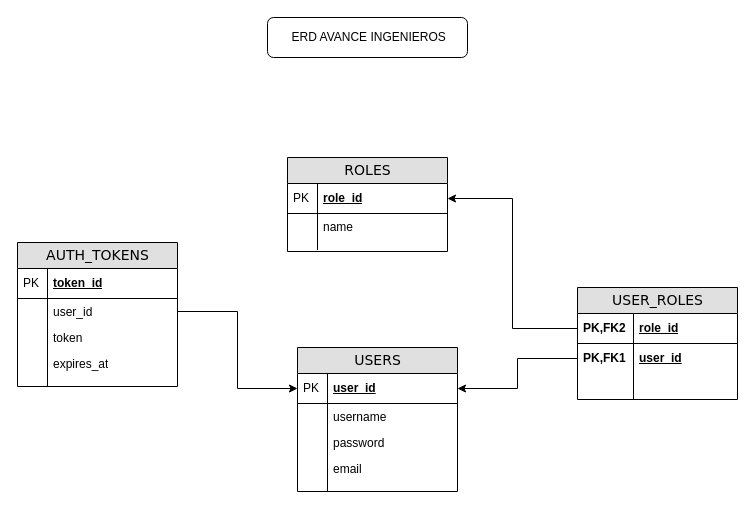
The draw.io diagram bd_docs/erd_avance_ingenieros.drawio in NoahLara/avance-ingenieros-backend, before the edit. Source tidied: cells renumbered, new cells numbered last; positions are measured from the earlier drawing's top-left corner, leaving out a move shared by most shapes. Both pictures are drawn from the tidied source at 100%, with x=0, y=0 at pixel (17, 17).
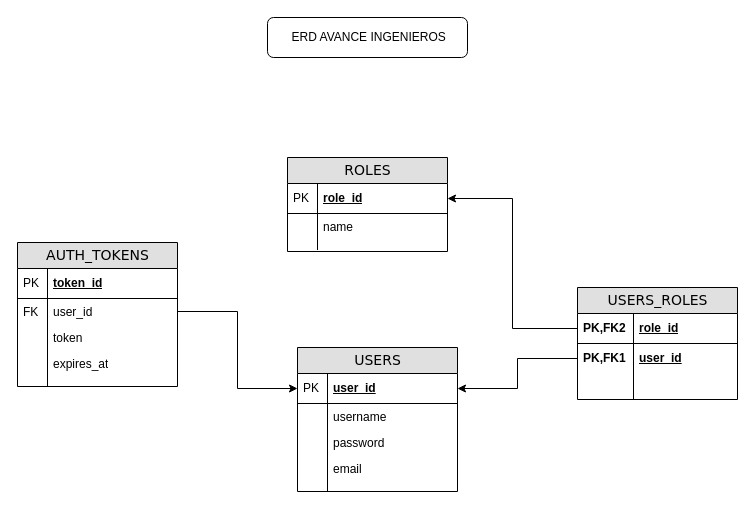
Above is the later version.

Unchanged cells that the change refers to:
```xml
<mxCell id="30" value="user_id" style="shape=partialRectangle;top=0;left=0;right=0;bottom=0;html=1;align=left;verticalAlign=top;fillColor=none;spacingLeft=34;spacingRight=4;whiteSpace=wrap;overflow=hidden;points=[[0,0.5],[1,0.5]];portConstraint=eastwest;" parent="27" vertex="1">
  <mxGeometry y="56" width="160" height="26" as="geometry" />
</mxCell>
```

What changed in the source:
```diff
@@
-    <mxCell id="13" value="USER_ROLES" style="swimlane;html=1;fontStyle=0;horizontal=1;startSize=26;fillColor=#e0e0e0;swimlaneFillColor=#ffffff;align=center;rounded=0;shadow=0;comic=0;labelBackgroundColor=none;strokeWidth=1;fontFamily=Verdana;fontSize=14;" parent="1" vertex="1">
+    <mxCell id="13" value="USERS_ROLES" style="swimlane;html=1;fontStyle=0;horizontal=1;startSize=26;fillColor=#e0e0e0;swimlaneFillColor=#ffffff;align=center;rounded=0;shadow=0;comic=0;labelBackgroundColor=none;strokeWidth=1;fontFamily=Verdana;fontSize=14;" parent="1" vertex="1">
       <mxGeometry x="560" y="270" width="160" height="112" as="geometry" />
     </mxCell>
@@
-    <mxCell id="31" style="shape=partialRectangle;top=0;left=0;bottom=0;html=1;fillColor=none;align=left;verticalAlign=top;spacingLeft=4;spacingRight=4;whiteSpace=wrap;overflow=hidden;" parent="30" vertex="1">
+    <mxCell id="31" value="FK" style="shape=partialRectangle;top=0;left=0;bottom=0;html=1;fillColor=none;align=left;verticalAlign=top;spacingLeft=4;spacingRight=4;whiteSpace=wrap;overflow=hidden;" parent="30" vertex="1">
       <mxGeometry width="30" height="26" as="geometry" />
     </mxCell>
```
